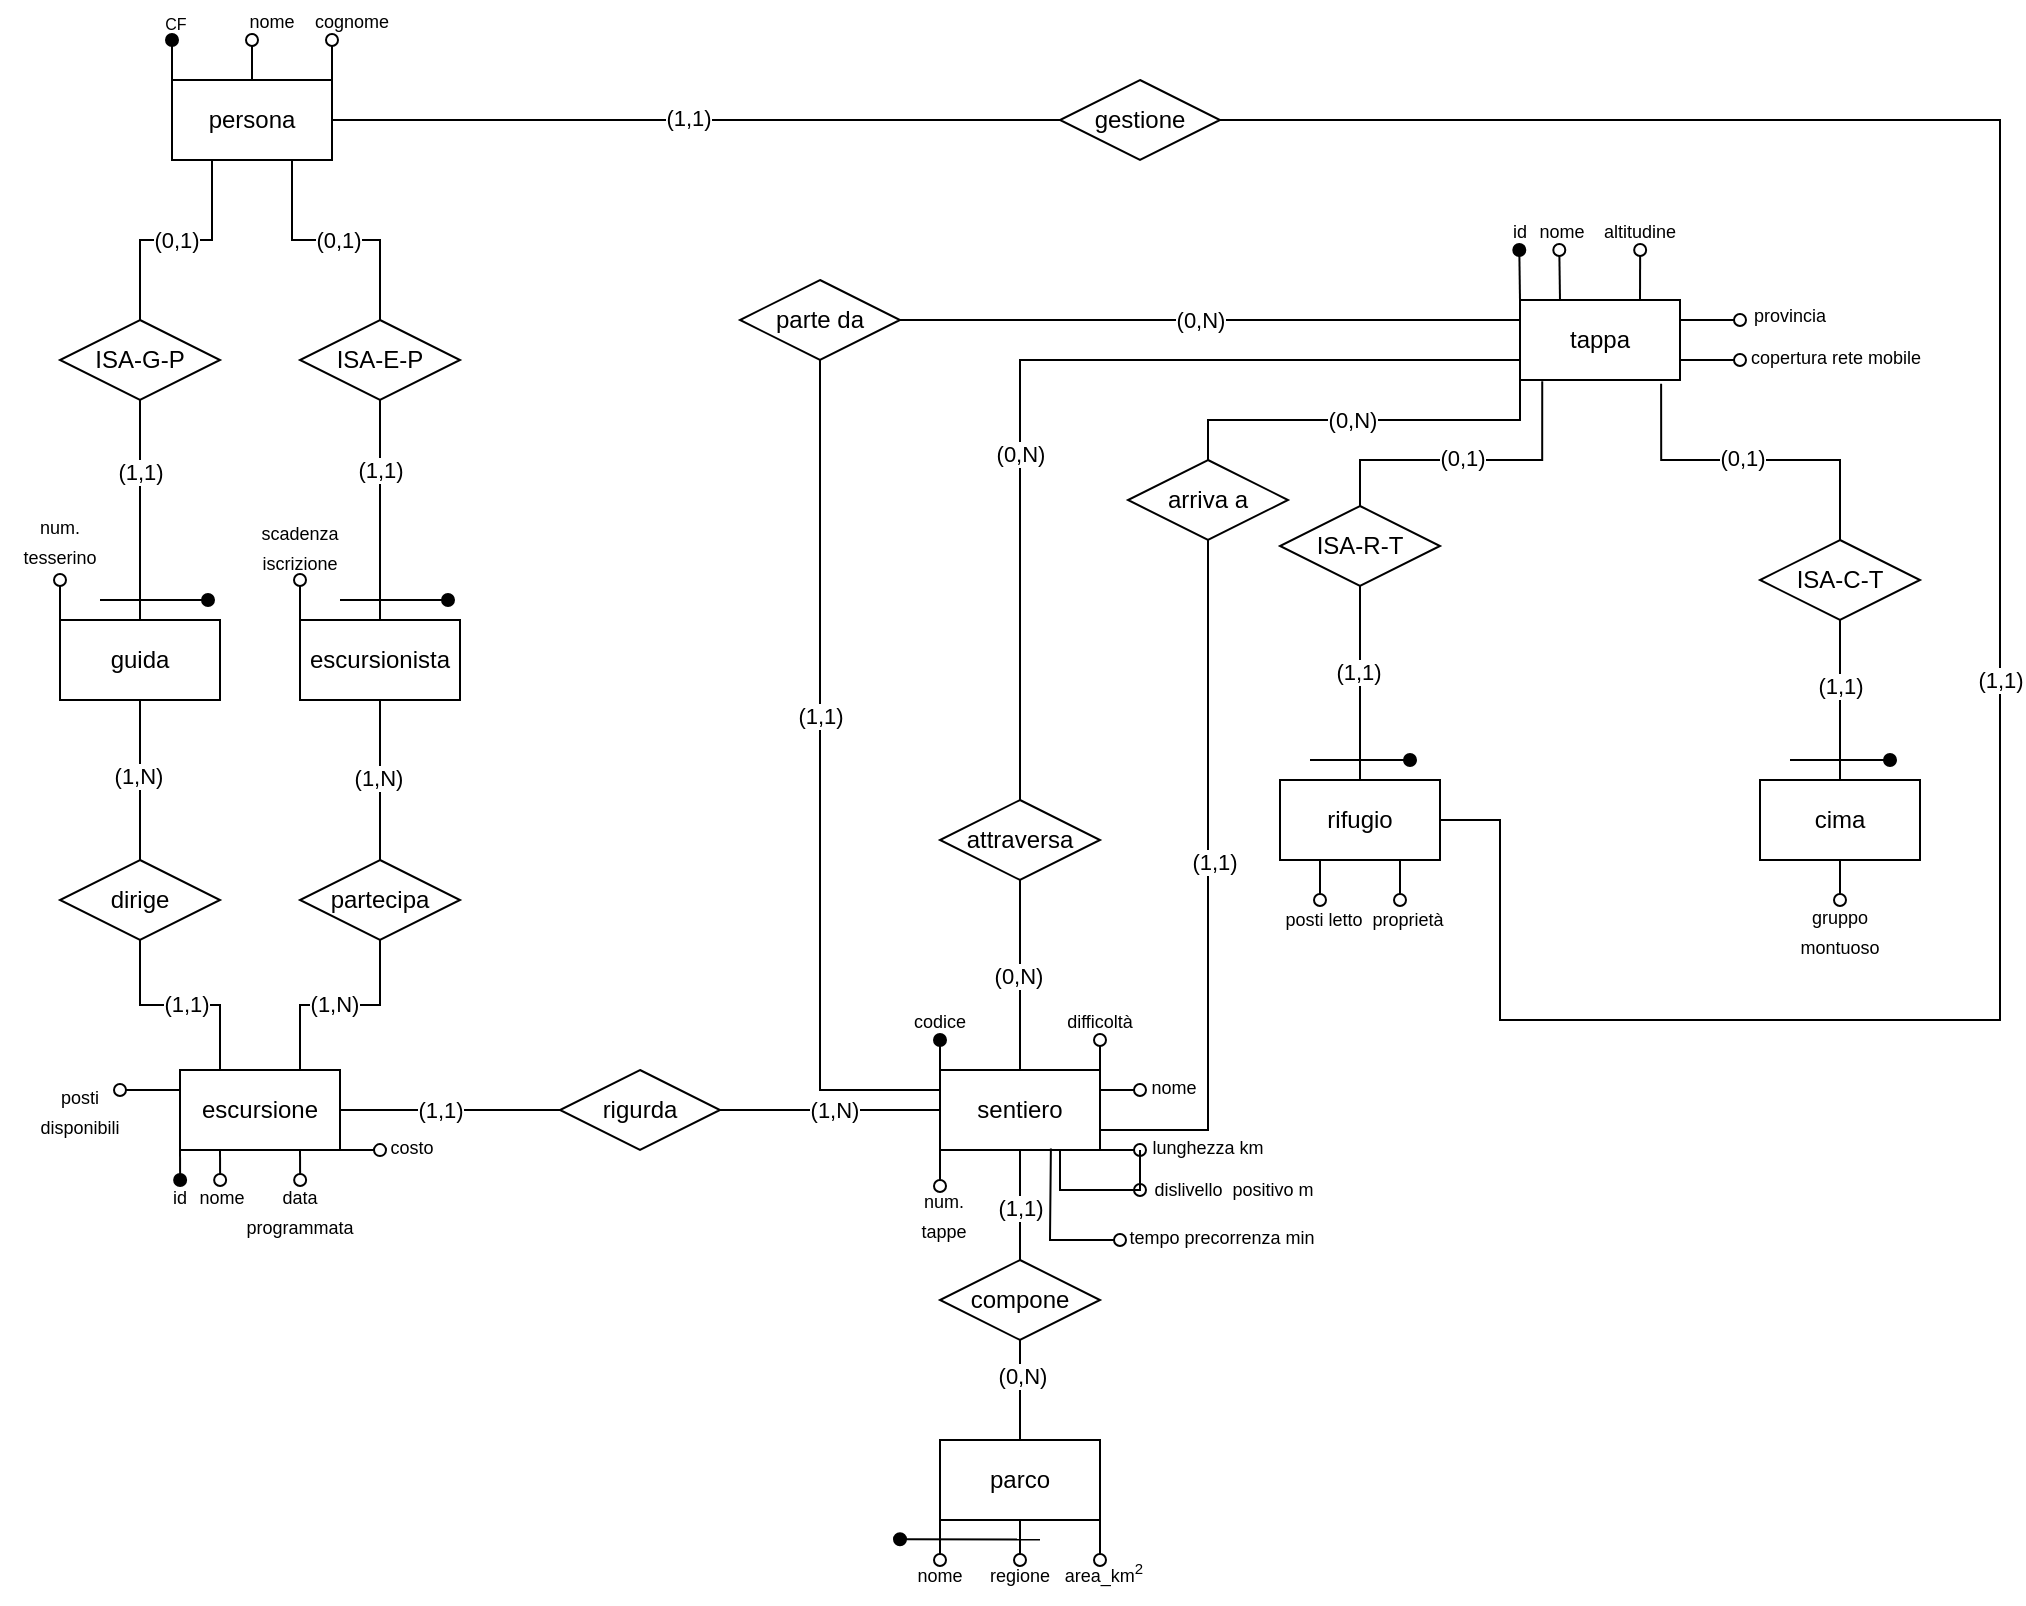
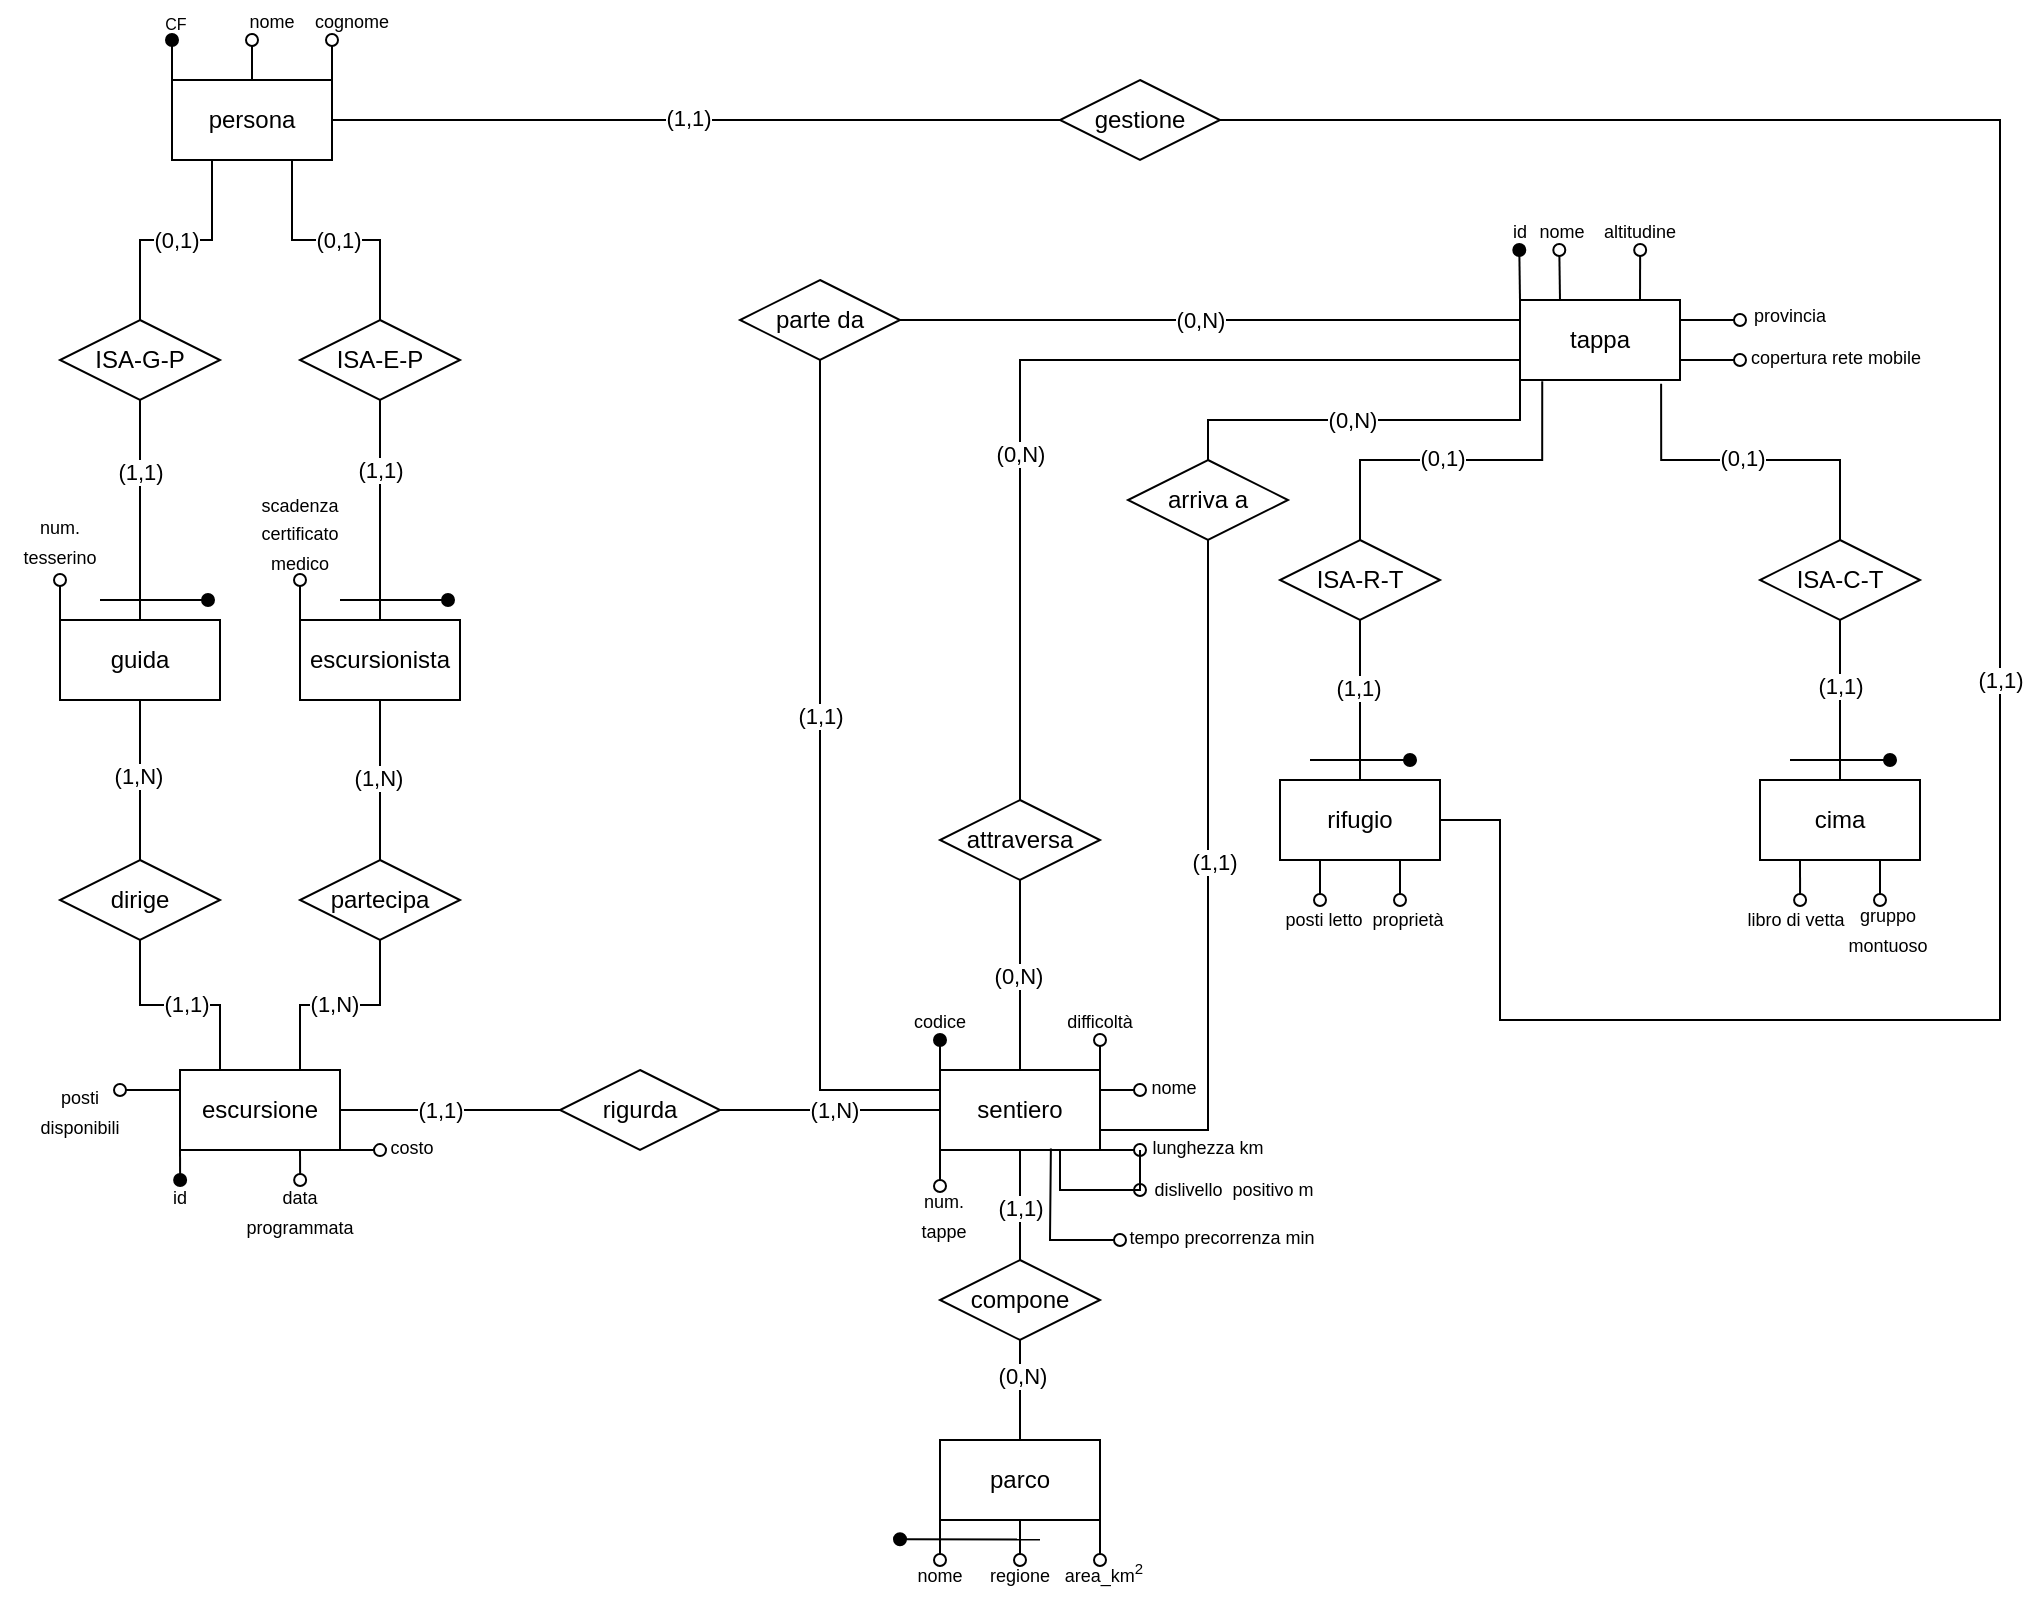
<mxfile host="app.diagrams.net">
  <diagram name="Pagina-1" id="CSESWwrJUxSe0sGHMO1a">
-     <mxGraphModel dx="2338" dy="1244" grid="1" gridSize="10" guides="1" tooltips="1" connect="1" arrows="1" fold="1" page="1" pageScale="1" pageWidth="827" pageHeight="1169" math="0" shadow="0">
+     <mxGraphModel dx="435" dy="592" grid="1" gridSize="10" guides="1" tooltips="1" connect="1" arrows="1" fold="1" page="1" pageScale="1" pageWidth="827" pageHeight="1169" math="0" shadow="0">
      <root>
        <mxCell id="0" />
        <mxCell id="1" parent="0" />
        <mxCell id="YPSTUEnGd_TaNEYFvyAr-14" edge="1" parent="1" source="b_x4sNb3qKZ5kGKKdVE0-4" style="edgeStyle=orthogonalEdgeStyle;rounded=0;orthogonalLoop=1;jettySize=auto;html=1;exitX=0;exitY=0;exitDx=0;exitDy=0;endArrow=oval;endFill=1;">
          <mxGeometry relative="1" as="geometry">
            <mxPoint x="126" y="70" as="targetPoint" />
          </mxGeometry>
        </mxCell>
        <mxCell id="YPSTUEnGd_TaNEYFvyAr-17" edge="1" parent="1" source="b_x4sNb3qKZ5kGKKdVE0-4" style="edgeStyle=orthogonalEdgeStyle;rounded=0;orthogonalLoop=1;jettySize=auto;html=1;exitX=1;exitY=0;exitDx=0;exitDy=0;endArrow=oval;endFill=0;">
          <mxGeometry relative="1" as="geometry">
            <mxPoint x="206" y="70" as="targetPoint" />
          </mxGeometry>
        </mxCell>
        <mxCell id="YPSTUEnGd_TaNEYFvyAr-18" edge="1" parent="1" source="b_x4sNb3qKZ5kGKKdVE0-4" style="edgeStyle=orthogonalEdgeStyle;rounded=0;orthogonalLoop=1;jettySize=auto;html=1;exitX=0.5;exitY=0;exitDx=0;exitDy=0;endArrow=oval;endFill=0;">
          <mxGeometry relative="1" as="geometry">
            <mxPoint x="166" y="70" as="targetPoint" />
          </mxGeometry>
        </mxCell>
        <mxCell id="b_x4sNb3qKZ5kGKKdVE0-4" parent="1" style="rounded=0;whiteSpace=wrap;html=1;" value="persona" vertex="1">
          <mxGeometry height="40" width="80" x="126" y="90" as="geometry" />
        </mxCell>
        <mxCell id="b_x4sNb3qKZ5kGKKdVE0-25" edge="1" parent="1" source="b_x4sNb3qKZ5kGKKdVE0-9" style="edgeStyle=orthogonalEdgeStyle;rounded=0;orthogonalLoop=1;jettySize=auto;html=1;exitX=0.5;exitY=1;exitDx=0;exitDy=0;entryX=0.5;entryY=0;entryDx=0;entryDy=0;endArrow=none;endFill=0;" target="b_x4sNb3qKZ5kGKKdVE0-22">
          <mxGeometry relative="1" as="geometry" />
        </mxCell>
        <mxCell id="b_x4sNb3qKZ5kGKKdVE0-33" connectable="0" parent="b_x4sNb3qKZ5kGKKdVE0-25" style="edgeLabel;html=1;align=center;verticalAlign=middle;resizable=0;points=[];" value="(1,N)" vertex="1">
          <mxGeometry relative="1" x="-0.055" y="-1" as="geometry">
            <mxPoint as="offset" />
          </mxGeometry>
        </mxCell>
        <mxCell id="YPSTUEnGd_TaNEYFvyAr-23" edge="1" parent="1" source="b_x4sNb3qKZ5kGKKdVE0-9" style="edgeStyle=orthogonalEdgeStyle;rounded=0;orthogonalLoop=1;jettySize=auto;html=1;exitX=0;exitY=0;exitDx=0;exitDy=0;endArrow=oval;endFill=0;">
          <mxGeometry relative="1" as="geometry">
            <mxPoint x="70" y="340" as="targetPoint" />
          </mxGeometry>
        </mxCell>
        <mxCell id="b_x4sNb3qKZ5kGKKdVE0-9" parent="1" style="rounded=0;whiteSpace=wrap;html=1;" value="guida" vertex="1">
          <mxGeometry height="40" width="80" x="70" y="360" as="geometry" />
        </mxCell>
        <mxCell id="b_x4sNb3qKZ5kGKKdVE0-24" edge="1" parent="1" source="b_x4sNb3qKZ5kGKKdVE0-10" style="edgeStyle=orthogonalEdgeStyle;rounded=0;orthogonalLoop=1;jettySize=auto;html=1;exitX=0.5;exitY=1;exitDx=0;exitDy=0;entryX=0.5;entryY=0;entryDx=0;entryDy=0;endArrow=none;endFill=0;" target="b_x4sNb3qKZ5kGKKdVE0-23">
          <mxGeometry relative="1" as="geometry" />
        </mxCell>
        <mxCell id="b_x4sNb3qKZ5kGKKdVE0-34" connectable="0" parent="b_x4sNb3qKZ5kGKKdVE0-24" style="edgeLabel;html=1;align=center;verticalAlign=middle;resizable=0;points=[];" value="(1,N)" vertex="1">
          <mxGeometry relative="1" x="0.02" y="-1" as="geometry">
            <mxPoint y="-2" as="offset" />
          </mxGeometry>
        </mxCell>
        <mxCell id="TmGIuRS5Ewl7evkuvUc3-1" edge="1" parent="1" source="b_x4sNb3qKZ5kGKKdVE0-10" style="edgeStyle=orthogonalEdgeStyle;rounded=0;orthogonalLoop=1;jettySize=auto;html=1;exitX=0;exitY=0;exitDx=0;exitDy=0;endArrow=oval;endFill=0;">
          <mxGeometry relative="1" as="geometry">
            <mxPoint x="190" y="340" as="targetPoint" />
          </mxGeometry>
        </mxCell>
        <mxCell id="b_x4sNb3qKZ5kGKKdVE0-10" parent="1" style="rounded=0;whiteSpace=wrap;html=1;" value="escursionista" vertex="1">
          <mxGeometry height="40" width="80" x="190" y="360" as="geometry" />
        </mxCell>
        <mxCell id="b_x4sNb3qKZ5kGKKdVE0-11" edge="1" parent="1" source="b_x4sNb3qKZ5kGKKdVE0-10" style="endArrow=none;html=1;rounded=0;exitX=0.5;exitY=0;exitDx=0;exitDy=0;entryX=0.5;entryY=1;entryDx=0;entryDy=0;" target="y3t_Pn4YeOU9g6BC5Q36-2" value="">
          <mxGeometry height="50" relative="1" width="50" as="geometry">
            <mxPoint x="440" y="590" as="sourcePoint" />
            <mxPoint x="230" y="290" as="targetPoint" />
          </mxGeometry>
        </mxCell>
        <mxCell id="y3t_Pn4YeOU9g6BC5Q36-7" connectable="0" parent="b_x4sNb3qKZ5kGKKdVE0-11" style="edgeLabel;html=1;align=center;verticalAlign=middle;resizable=0;points=[];" value="(1,1)" vertex="1">
          <mxGeometry relative="1" x="0.3107" as="geometry">
            <mxPoint y="-3" as="offset" />
          </mxGeometry>
        </mxCell>
        <mxCell id="b_x4sNb3qKZ5kGKKdVE0-12" edge="1" parent="1" source="b_x4sNb3qKZ5kGKKdVE0-9" style="endArrow=none;html=1;rounded=0;exitX=0.5;exitY=0;exitDx=0;exitDy=0;entryX=0.5;entryY=1;entryDx=0;entryDy=0;" target="y3t_Pn4YeOU9g6BC5Q36-1" value="">
          <mxGeometry height="50" relative="1" width="50" as="geometry">
            <mxPoint x="440" y="590" as="sourcePoint" />
            <mxPoint x="110" y="270" as="targetPoint" />
          </mxGeometry>
        </mxCell>
        <mxCell id="y3t_Pn4YeOU9g6BC5Q36-8" connectable="0" parent="b_x4sNb3qKZ5kGKKdVE0-12" style="edgeLabel;html=1;align=center;verticalAlign=middle;resizable=0;points=[];" value="(1,1)" vertex="1">
          <mxGeometry relative="1" x="0.3581" as="geometry">
            <mxPoint as="offset" />
          </mxGeometry>
        </mxCell>
        <mxCell id="b_x4sNb3qKZ5kGKKdVE0-30" edge="1" parent="1" source="b_x4sNb3qKZ5kGKKdVE0-22" style="edgeStyle=orthogonalEdgeStyle;rounded=0;orthogonalLoop=1;jettySize=auto;html=1;exitX=0.5;exitY=1;exitDx=0;exitDy=0;entryX=0.25;entryY=0;entryDx=0;entryDy=0;endArrow=none;endFill=0;" target="b_x4sNb3qKZ5kGKKdVE0-27">
          <mxGeometry relative="1" as="geometry" />
        </mxCell>
        <mxCell id="b_x4sNb3qKZ5kGKKdVE0-32" connectable="0" parent="b_x4sNb3qKZ5kGKKdVE0-30" style="edgeLabel;html=1;align=center;verticalAlign=middle;resizable=0;points=[];" value="(1,1)" vertex="1">
          <mxGeometry relative="1" x="0.0467" y="1" as="geometry">
            <mxPoint as="offset" />
          </mxGeometry>
        </mxCell>
        <mxCell id="b_x4sNb3qKZ5kGKKdVE0-22" parent="1" style="rhombus;whiteSpace=wrap;html=1;" value="dirige" vertex="1">
          <mxGeometry height="40" width="80" x="70" y="480" as="geometry" />
        </mxCell>
        <mxCell id="b_x4sNb3qKZ5kGKKdVE0-29" edge="1" parent="1" source="b_x4sNb3qKZ5kGKKdVE0-23" style="edgeStyle=orthogonalEdgeStyle;rounded=0;orthogonalLoop=1;jettySize=auto;html=1;exitX=0.5;exitY=1;exitDx=0;exitDy=0;entryX=0.75;entryY=0;entryDx=0;entryDy=0;endArrow=none;endFill=0;" target="b_x4sNb3qKZ5kGKKdVE0-27">
          <mxGeometry relative="1" as="geometry">
            <mxPoint x="340" y="560" as="targetPoint" />
          </mxGeometry>
        </mxCell>
        <mxCell id="b_x4sNb3qKZ5kGKKdVE0-31" connectable="0" parent="b_x4sNb3qKZ5kGKKdVE0-29" style="edgeLabel;html=1;align=center;verticalAlign=middle;resizable=0;points=[];" value="(1,N)" vertex="1">
          <mxGeometry relative="1" x="-0.0467" y="-1" as="geometry">
            <mxPoint x="-6" as="offset" />
          </mxGeometry>
        </mxCell>
        <mxCell id="b_x4sNb3qKZ5kGKKdVE0-23" parent="1" style="rhombus;whiteSpace=wrap;html=1;" value="partecipa" vertex="1">
          <mxGeometry height="40" width="80" x="190" y="480" as="geometry" />
        </mxCell>
        <mxCell id="b_x4sNb3qKZ5kGKKdVE0-37" edge="1" parent="1" source="b_x4sNb3qKZ5kGKKdVE0-27" style="edgeStyle=orthogonalEdgeStyle;rounded=0;orthogonalLoop=1;jettySize=auto;html=1;exitX=1;exitY=0.5;exitDx=0;exitDy=0;entryX=0;entryY=0.5;entryDx=0;entryDy=0;endArrow=none;endFill=0;" target="b_x4sNb3qKZ5kGKKdVE0-36">
          <mxGeometry relative="1" as="geometry" />
        </mxCell>
        <mxCell id="b_x4sNb3qKZ5kGKKdVE0-38" connectable="0" parent="b_x4sNb3qKZ5kGKKdVE0-37" style="edgeLabel;html=1;align=center;verticalAlign=middle;resizable=0;points=[];" value="(1,1)" vertex="1">
          <mxGeometry relative="1" x="-0.0986" as="geometry">
            <mxPoint as="offset" />
          </mxGeometry>
        </mxCell>
        <mxCell id="YPSTUEnGd_TaNEYFvyAr-58" edge="1" parent="1" source="b_x4sNb3qKZ5kGKKdVE0-27" style="edgeStyle=orthogonalEdgeStyle;rounded=0;orthogonalLoop=1;jettySize=auto;html=1;exitX=0;exitY=1;exitDx=0;exitDy=0;endArrow=oval;endFill=1;">
          <mxGeometry relative="1" as="geometry">
            <mxPoint x="130.07228915662648" y="640" as="targetPoint" />
          </mxGeometry>
        </mxCell>
-         <mxCell id="YPSTUEnGd_TaNEYFvyAr-60" edge="1" parent="1" source="b_x4sNb3qKZ5kGKKdVE0-27" style="edgeStyle=orthogonalEdgeStyle;rounded=0;orthogonalLoop=1;jettySize=auto;html=1;exitX=0.25;exitY=1;exitDx=0;exitDy=0;endArrow=oval;endFill=0;">
-           <mxGeometry relative="1" as="geometry">
-             <mxPoint x="150.07228915662648" y="640" as="targetPoint" />
-           </mxGeometry>
-         </mxCell>
        <mxCell id="YPSTUEnGd_TaNEYFvyAr-62" edge="1" parent="1" source="b_x4sNb3qKZ5kGKKdVE0-27" style="edgeStyle=orthogonalEdgeStyle;rounded=0;orthogonalLoop=1;jettySize=auto;html=1;exitX=0.75;exitY=1;exitDx=0;exitDy=0;endArrow=oval;endFill=0;">
          <mxGeometry relative="1" as="geometry">
            <mxPoint x="190.07228915662648" y="640" as="targetPoint" />
          </mxGeometry>
        </mxCell>
        <mxCell id="YPSTUEnGd_TaNEYFvyAr-64" edge="1" parent="1" source="b_x4sNb3qKZ5kGKKdVE0-27" style="edgeStyle=orthogonalEdgeStyle;rounded=0;orthogonalLoop=1;jettySize=auto;html=1;exitX=1;exitY=1;exitDx=0;exitDy=0;endArrow=oval;endFill=0;">
          <mxGeometry relative="1" as="geometry">
            <mxPoint x="230" y="625.0481927710842" as="targetPoint" />
          </mxGeometry>
        </mxCell>
        <mxCell id="W-jylE7jIWLAd8RtEP09-9" edge="1" parent="1" source="b_x4sNb3qKZ5kGKKdVE0-27" style="edgeStyle=orthogonalEdgeStyle;rounded=0;orthogonalLoop=1;jettySize=auto;html=1;exitX=0;exitY=0.25;exitDx=0;exitDy=0;endArrow=oval;endFill=0;">
          <mxGeometry relative="1" as="geometry">
            <mxPoint x="100" y="594.7241379310344" as="targetPoint" />
          </mxGeometry>
        </mxCell>
        <mxCell id="b_x4sNb3qKZ5kGKKdVE0-27" parent="1" style="rounded=0;whiteSpace=wrap;html=1;" value="escursione" vertex="1">
          <mxGeometry height="40" width="80" x="130" y="585" as="geometry" />
        </mxCell>
        <mxCell id="b_x4sNb3qKZ5kGKKdVE0-45" edge="1" parent="1" source="b_x4sNb3qKZ5kGKKdVE0-35" style="edgeStyle=orthogonalEdgeStyle;rounded=0;orthogonalLoop=1;jettySize=auto;html=1;endArrow=none;endFill=0;" target="b_x4sNb3qKZ5kGKKdVE0-43" value="">
          <mxGeometry relative="1" as="geometry" />
        </mxCell>
        <mxCell id="b_x4sNb3qKZ5kGKKdVE0-47" connectable="0" parent="b_x4sNb3qKZ5kGKKdVE0-45" style="edgeLabel;html=1;align=center;verticalAlign=middle;resizable=0;points=[];" value="(0,N)" vertex="1">
          <mxGeometry relative="1" x="0.005" y="1" as="geometry">
            <mxPoint as="offset" />
          </mxGeometry>
        </mxCell>
        <mxCell id="YPSTUEnGd_TaNEYFvyAr-37" edge="1" parent="1" source="b_x4sNb3qKZ5kGKKdVE0-35" style="edgeStyle=orthogonalEdgeStyle;rounded=0;orthogonalLoop=1;jettySize=auto;html=1;exitX=0;exitY=0;exitDx=0;exitDy=0;endArrow=oval;endFill=1;">
          <mxGeometry relative="1" as="geometry">
            <mxPoint x="510" y="570" as="targetPoint" />
          </mxGeometry>
        </mxCell>
        <mxCell id="YPSTUEnGd_TaNEYFvyAr-39" edge="1" parent="1" source="b_x4sNb3qKZ5kGKKdVE0-35" style="edgeStyle=orthogonalEdgeStyle;rounded=0;orthogonalLoop=1;jettySize=auto;html=1;exitX=1;exitY=0;exitDx=0;exitDy=0;endArrow=oval;endFill=0;">
          <mxGeometry relative="1" as="geometry">
            <mxPoint x="590" y="570" as="targetPoint" />
          </mxGeometry>
        </mxCell>
        <mxCell id="YPSTUEnGd_TaNEYFvyAr-41" edge="1" parent="1" source="b_x4sNb3qKZ5kGKKdVE0-35" style="edgeStyle=orthogonalEdgeStyle;rounded=0;orthogonalLoop=1;jettySize=auto;html=1;exitX=1;exitY=0.25;exitDx=0;exitDy=0;endArrow=oval;endFill=0;">
          <mxGeometry relative="1" as="geometry">
            <mxPoint x="610" y="595" as="targetPoint" />
          </mxGeometry>
        </mxCell>
        <mxCell id="YPSTUEnGd_TaNEYFvyAr-43" edge="1" parent="1" source="b_x4sNb3qKZ5kGKKdVE0-35" style="edgeStyle=orthogonalEdgeStyle;rounded=0;orthogonalLoop=1;jettySize=auto;html=1;exitX=1;exitY=1;exitDx=0;exitDy=0;endArrow=oval;endFill=0;">
          <mxGeometry relative="1" as="geometry">
            <mxPoint x="610" y="625" as="targetPoint" />
          </mxGeometry>
        </mxCell>
        <mxCell id="YPSTUEnGd_TaNEYFvyAr-46" edge="1" parent="1" source="b_x4sNb3qKZ5kGKKdVE0-35" style="edgeStyle=orthogonalEdgeStyle;rounded=0;orthogonalLoop=1;jettySize=auto;html=1;exitX=0.75;exitY=1;exitDx=0;exitDy=0;endArrow=oval;endFill=0;">
          <mxGeometry relative="1" as="geometry">
            <mxPoint x="610" y="645" as="targetPoint" />
          </mxGeometry>
        </mxCell>
        <mxCell id="YPSTUEnGd_TaNEYFvyAr-71" edge="1" parent="1" style="edgeStyle=orthogonalEdgeStyle;rounded=0;orthogonalLoop=1;jettySize=auto;html=1;exitX=0;exitY=1;exitDx=0;exitDy=0;endArrow=oval;endFill=0;">
          <mxGeometry relative="1" as="geometry">
            <mxPoint x="510" y="618" as="sourcePoint" />
            <mxPoint x="510" y="643" as="targetPoint" />
          </mxGeometry>
        </mxCell>
        <mxCell id="YPSTUEnGd_TaNEYFvyAr-73" edge="1" parent="1" source="b_x4sNb3qKZ5kGKKdVE0-35" style="edgeStyle=orthogonalEdgeStyle;rounded=0;orthogonalLoop=1;jettySize=auto;html=1;exitX=0;exitY=0.25;exitDx=0;exitDy=0;endArrow=none;endFill=0;entryX=0.5;entryY=1;entryDx=0;entryDy=0;" target="YPSTUEnGd_TaNEYFvyAr-74">
          <mxGeometry relative="1" as="geometry">
            <mxPoint x="440" y="330" as="targetPoint" />
          </mxGeometry>
        </mxCell>
        <mxCell id="YPSTUEnGd_TaNEYFvyAr-76" connectable="0" parent="YPSTUEnGd_TaNEYFvyAr-73" style="edgeLabel;html=1;align=center;verticalAlign=middle;resizable=0;points=[];" value="(1,1)" vertex="1">
          <mxGeometry relative="1" x="0.1627" as="geometry">
            <mxPoint as="offset" />
          </mxGeometry>
        </mxCell>
        <mxCell id="YPSTUEnGd_TaNEYFvyAr-78" edge="1" parent="1" source="b_x4sNb3qKZ5kGKKdVE0-35" style="edgeStyle=orthogonalEdgeStyle;rounded=0;orthogonalLoop=1;jettySize=auto;html=1;exitX=1;exitY=0.75;exitDx=0;exitDy=0;entryX=0.5;entryY=1;entryDx=0;entryDy=0;endArrow=none;endFill=0;" target="YPSTUEnGd_TaNEYFvyAr-79">
          <mxGeometry relative="1" as="geometry">
            <mxPoint x="1100" y="615" as="targetPoint" />
          </mxGeometry>
        </mxCell>
        <mxCell id="YPSTUEnGd_TaNEYFvyAr-80" connectable="0" parent="YPSTUEnGd_TaNEYFvyAr-78" style="edgeLabel;html=1;align=center;verticalAlign=middle;resizable=0;points=[];" value="(1,1)" vertex="1">
          <mxGeometry relative="1" x="0.0624" y="-3" as="geometry">
            <mxPoint y="-3" as="offset" />
          </mxGeometry>
        </mxCell>
        <mxCell id="b_x4sNb3qKZ5kGKKdVE0-35" parent="1" style="rounded=0;whiteSpace=wrap;html=1;" value="sentiero" vertex="1">
          <mxGeometry height="40" width="80" x="510" y="585" as="geometry" />
        </mxCell>
        <mxCell id="b_x4sNb3qKZ5kGKKdVE0-39" edge="1" parent="1" source="b_x4sNb3qKZ5kGKKdVE0-36" style="edgeStyle=orthogonalEdgeStyle;rounded=0;orthogonalLoop=1;jettySize=auto;html=1;exitX=1;exitY=0.5;exitDx=0;exitDy=0;entryX=0;entryY=0.5;entryDx=0;entryDy=0;endArrow=none;endFill=0;" target="b_x4sNb3qKZ5kGKKdVE0-35">
          <mxGeometry relative="1" as="geometry" />
        </mxCell>
        <mxCell id="b_x4sNb3qKZ5kGKKdVE0-42" connectable="0" parent="b_x4sNb3qKZ5kGKKdVE0-39" style="edgeLabel;html=1;align=center;verticalAlign=middle;resizable=0;points=[];" value="(1,N)" vertex="1">
          <mxGeometry relative="1" x="0.0405" as="geometry">
            <mxPoint as="offset" />
          </mxGeometry>
        </mxCell>
        <mxCell id="b_x4sNb3qKZ5kGKKdVE0-36" parent="1" style="rhombus;whiteSpace=wrap;html=1;" value="rigurda" vertex="1">
          <mxGeometry height="40" width="80" x="320" y="585" as="geometry" />
        </mxCell>
        <mxCell id="b_x4sNb3qKZ5kGKKdVE0-46" edge="1" parent="1" source="b_x4sNb3qKZ5kGKKdVE0-43" style="edgeStyle=orthogonalEdgeStyle;rounded=0;orthogonalLoop=1;jettySize=auto;html=1;exitX=0.5;exitY=0;exitDx=0;exitDy=0;entryX=0;entryY=0.75;entryDx=0;entryDy=0;endArrow=none;endFill=0;" target="b_x4sNb3qKZ5kGKKdVE0-44">
          <mxGeometry relative="1" as="geometry" />
        </mxCell>
        <mxCell id="b_x4sNb3qKZ5kGKKdVE0-48" connectable="0" parent="b_x4sNb3qKZ5kGKKdVE0-46" style="edgeLabel;html=1;align=center;verticalAlign=middle;resizable=0;points=[];" value="(0,N)" vertex="1">
          <mxGeometry relative="1" x="-0.2644" as="geometry">
            <mxPoint as="offset" />
          </mxGeometry>
        </mxCell>
        <mxCell id="b_x4sNb3qKZ5kGKKdVE0-43" parent="1" style="rhombus;whiteSpace=wrap;html=1;" value="attraversa" vertex="1">
          <mxGeometry height="40" width="80" x="510" y="450" as="geometry" />
        </mxCell>
        <mxCell id="YPSTUEnGd_TaNEYFvyAr-48" edge="1" parent="1" source="b_x4sNb3qKZ5kGKKdVE0-44" style="edgeStyle=orthogonalEdgeStyle;rounded=0;orthogonalLoop=1;jettySize=auto;html=1;exitX=0;exitY=0;exitDx=0;exitDy=0;endArrow=oval;endFill=1;">
          <mxGeometry relative="1" as="geometry">
            <mxPoint x="799.6521739130435" y="175" as="targetPoint" />
          </mxGeometry>
        </mxCell>
        <mxCell id="YPSTUEnGd_TaNEYFvyAr-49" edge="1" parent="1" source="b_x4sNb3qKZ5kGKKdVE0-44" style="edgeStyle=orthogonalEdgeStyle;rounded=0;orthogonalLoop=1;jettySize=auto;html=1;exitX=0.25;exitY=0;exitDx=0;exitDy=0;endArrow=oval;endFill=0;">
          <mxGeometry relative="1" as="geometry">
            <mxPoint x="819.6521739130435" y="175" as="targetPoint" />
          </mxGeometry>
        </mxCell>
        <mxCell id="YPSTUEnGd_TaNEYFvyAr-52" edge="1" parent="1" source="b_x4sNb3qKZ5kGKKdVE0-44" style="edgeStyle=orthogonalEdgeStyle;rounded=0;orthogonalLoop=1;jettySize=auto;html=1;exitX=0.75;exitY=0;exitDx=0;exitDy=0;endArrow=oval;endFill=0;">
          <mxGeometry relative="1" as="geometry">
            <mxPoint x="860.0808080808081" y="175" as="targetPoint" />
          </mxGeometry>
        </mxCell>
        <mxCell id="YPSTUEnGd_TaNEYFvyAr-81" edge="1" parent="1" source="b_x4sNb3qKZ5kGKKdVE0-44" style="edgeStyle=orthogonalEdgeStyle;rounded=0;orthogonalLoop=1;jettySize=auto;html=1;exitX=0;exitY=1;exitDx=0;exitDy=0;endArrow=none;endFill=0;" target="YPSTUEnGd_TaNEYFvyAr-79">
          <mxGeometry relative="1" as="geometry" />
        </mxCell>
        <mxCell id="YPSTUEnGd_TaNEYFvyAr-82" connectable="0" parent="YPSTUEnGd_TaNEYFvyAr-81" style="edgeLabel;html=1;align=center;verticalAlign=middle;resizable=0;points=[];" value="(0,N)" vertex="1">
          <mxGeometry relative="1" x="0.0662" as="geometry">
            <mxPoint as="offset" />
          </mxGeometry>
        </mxCell>
        <mxCell id="W-jylE7jIWLAd8RtEP09-13" edge="1" parent="1" source="b_x4sNb3qKZ5kGKKdVE0-44" style="edgeStyle=orthogonalEdgeStyle;rounded=0;orthogonalLoop=1;jettySize=auto;html=1;exitX=1;exitY=0.25;exitDx=0;exitDy=0;endArrow=oval;endFill=0;">
          <mxGeometry relative="1" as="geometry">
            <mxPoint x="910" y="210" as="targetPoint" />
          </mxGeometry>
        </mxCell>
        <mxCell id="W-jylE7jIWLAd8RtEP09-14" edge="1" parent="1" source="b_x4sNb3qKZ5kGKKdVE0-44" style="edgeStyle=orthogonalEdgeStyle;rounded=0;orthogonalLoop=1;jettySize=auto;html=1;exitX=1;exitY=0.75;exitDx=0;exitDy=0;endArrow=oval;endFill=0;">
          <mxGeometry relative="1" as="geometry">
            <mxPoint x="910" y="230" as="targetPoint" />
          </mxGeometry>
        </mxCell>
        <mxCell id="b_x4sNb3qKZ5kGKKdVE0-44" parent="1" style="rounded=0;whiteSpace=wrap;html=1;" value="tappa" vertex="1">
          <mxGeometry height="40" width="80" x="800" y="200" as="geometry" />
        </mxCell>
        <mxCell id="b_x4sNb3qKZ5kGKKdVE0-52" edge="1" parent="1" source="b_x4sNb3qKZ5kGKKdVE0-63" style="endArrow=none;html=1;rounded=0;exitX=0.5;exitY=0;exitDx=0;exitDy=0;entryX=0.5;entryY=1;entryDx=0;entryDy=0;" target="y3t_Pn4YeOU9g6BC5Q36-13" value="">
          <mxGeometry height="50" relative="1" width="50" as="geometry">
            <mxPoint x="840" y="440" as="sourcePoint" />
            <mxPoint x="840" y="400" as="targetPoint" />
          </mxGeometry>
        </mxCell>
        <mxCell id="y3t_Pn4YeOU9g6BC5Q36-27" connectable="0" parent="b_x4sNb3qKZ5kGKKdVE0-52" style="edgeLabel;html=1;align=center;verticalAlign=middle;resizable=0;points=[];" value="(1,1)" vertex="1">
          <mxGeometry relative="1" x="0.0191" as="geometry">
            <mxPoint x="-1" y="-5" as="offset" />
          </mxGeometry>
        </mxCell>
        <mxCell id="b_x4sNb3qKZ5kGKKdVE0-54" edge="1" parent="1" source="b_x4sNb3qKZ5kGKKdVE0-62" style="endArrow=none;html=1;rounded=0;exitX=0.5;exitY=0;exitDx=0;exitDy=0;entryX=0.5;entryY=1;entryDx=0;entryDy=0;" target="y3t_Pn4YeOU9g6BC5Q36-14" value="">
          <mxGeometry height="50" relative="1" width="50" as="geometry">
            <mxPoint x="900" y="440" as="sourcePoint" />
            <mxPoint x="960" y="400" as="targetPoint" />
          </mxGeometry>
        </mxCell>
        <mxCell id="y3t_Pn4YeOU9g6BC5Q36-28" connectable="0" parent="b_x4sNb3qKZ5kGKKdVE0-54" style="edgeLabel;html=1;align=center;verticalAlign=middle;resizable=0;points=[];" value="(1,1)" vertex="1">
          <mxGeometry relative="1" x="0.1085" as="geometry">
            <mxPoint y="-3" as="offset" />
          </mxGeometry>
        </mxCell>
-         <mxCell id="YPSTUEnGd_TaNEYFvyAr-35" edge="1" parent="1" source="b_x4sNb3qKZ5kGKKdVE0-62" style="edgeStyle=orthogonalEdgeStyle;rounded=0;orthogonalLoop=1;jettySize=auto;html=1;exitX=0.5;exitY=1;exitDx=0;exitDy=0;endArrow=oval;endFill=0;">
-           <mxGeometry relative="1" as="geometry">
-             <mxPoint x="960" y="500" as="targetPoint" />
+         <mxCell id="YPSTUEnGd_TaNEYFvyAr-35" edge="1" parent="1" source="b_x4sNb3qKZ5kGKKdVE0-62" style="edgeStyle=orthogonalEdgeStyle;rounded=0;orthogonalLoop=1;jettySize=auto;html=1;endArrow=oval;endFill=0;exitX=0.75;exitY=1;exitDx=0;exitDy=0;">
+           <mxGeometry relative="1" as="geometry">
+             <Array as="points">
+               <mxPoint x="980" y="500" />
+             </Array>
+             <mxPoint x="984.52" y="481.96000000000004" as="sourcePoint" />
+             <mxPoint x="980" y="500" as="targetPoint" />
+           </mxGeometry>
+         </mxCell>
+         <mxCell id="EHyRH5R8uSn08PQfZAEy-3" edge="1" parent="1" source="b_x4sNb3qKZ5kGKKdVE0-62" style="edgeStyle=orthogonalEdgeStyle;rounded=0;orthogonalLoop=1;jettySize=auto;html=1;exitX=0.25;exitY=1;exitDx=0;exitDy=0;endArrow=oval;endFill=0;">
+           <mxGeometry relative="1" as="geometry">
+             <mxPoint x="940.0412371134021" y="500" as="targetPoint" />
          </mxGeometry>
        </mxCell>
        <mxCell id="b_x4sNb3qKZ5kGKKdVE0-62" parent="1" style="rounded=0;whiteSpace=wrap;html=1;" value="cima" vertex="1">
          <mxGeometry height="40" width="80" x="920" y="440" as="geometry" />
        </mxCell>
        <mxCell id="YPSTUEnGd_TaNEYFvyAr-56" edge="1" parent="1" source="b_x4sNb3qKZ5kGKKdVE0-63" style="edgeStyle=orthogonalEdgeStyle;rounded=0;orthogonalLoop=1;jettySize=auto;html=1;endArrow=oval;endFill=0;exitX=0.25;exitY=1;exitDx=0;exitDy=0;">
          <mxGeometry relative="1" as="geometry">
            <Array as="points">
              <mxPoint x="700" y="500" />
            </Array>
            <mxPoint x="714" y="489" as="sourcePoint" />
            <mxPoint x="700" y="500" as="targetPoint" />
          </mxGeometry>
        </mxCell>
        <mxCell id="W-jylE7jIWLAd8RtEP09-2" edge="1" parent="1" source="b_x4sNb3qKZ5kGKKdVE0-63" style="edgeStyle=orthogonalEdgeStyle;rounded=0;orthogonalLoop=1;jettySize=auto;html=1;exitX=1;exitY=0.5;exitDx=0;exitDy=0;entryX=1;entryY=0.5;entryDx=0;entryDy=0;endArrow=none;endFill=0;" target="W-jylE7jIWLAd8RtEP09-3">
          <mxGeometry relative="1" as="geometry">
            <Array as="points">
              <mxPoint x="790" y="460" />
              <mxPoint x="790" y="560" />
              <mxPoint x="1040" y="560" />
              <mxPoint x="1040" y="110" />
            </Array>
            <mxPoint x="910" y="110" as="targetPoint" />
          </mxGeometry>
        </mxCell>
        <mxCell id="W-jylE7jIWLAd8RtEP09-7" connectable="0" parent="W-jylE7jIWLAd8RtEP09-2" style="edgeLabel;html=1;align=center;verticalAlign=middle;resizable=0;points=[];" value="(1,1)" vertex="1">
          <mxGeometry relative="1" x="-0.0974" as="geometry">
            <mxPoint as="offset" />
          </mxGeometry>
        </mxCell>
        <mxCell id="W-jylE7jIWLAd8RtEP09-17" edge="1" parent="1" source="b_x4sNb3qKZ5kGKKdVE0-63" style="edgeStyle=orthogonalEdgeStyle;rounded=0;orthogonalLoop=1;jettySize=auto;html=1;exitX=0.75;exitY=1;exitDx=0;exitDy=0;endArrow=oval;endFill=0;">
          <mxGeometry relative="1" as="geometry">
            <mxPoint x="740" y="500" as="targetPoint" />
          </mxGeometry>
        </mxCell>
        <mxCell id="b_x4sNb3qKZ5kGKKdVE0-63" parent="1" style="rounded=0;whiteSpace=wrap;html=1;" value="rifugio" vertex="1">
          <mxGeometry height="40" width="80" x="680" y="440" as="geometry" />
        </mxCell>
        <mxCell id="YPSTUEnGd_TaNEYFvyAr-29" edge="1" parent="1" source="b_x4sNb3qKZ5kGKKdVE0-64" style="edgeStyle=orthogonalEdgeStyle;rounded=0;orthogonalLoop=1;jettySize=auto;html=1;exitX=0;exitY=1;exitDx=0;exitDy=0;endArrow=oval;endFill=0;">
          <mxGeometry relative="1" as="geometry">
            <mxPoint x="510" y="830" as="targetPoint" />
          </mxGeometry>
        </mxCell>
        <mxCell id="YPSTUEnGd_TaNEYFvyAr-31" edge="1" parent="1" source="b_x4sNb3qKZ5kGKKdVE0-64" style="edgeStyle=orthogonalEdgeStyle;rounded=0;orthogonalLoop=1;jettySize=auto;html=1;exitX=0.5;exitY=1;exitDx=0;exitDy=0;endArrow=oval;endFill=0;">
          <mxGeometry relative="1" as="geometry">
            <mxPoint x="550" y="830" as="targetPoint" />
          </mxGeometry>
        </mxCell>
        <mxCell id="EHyRH5R8uSn08PQfZAEy-1" edge="1" parent="1" source="b_x4sNb3qKZ5kGKKdVE0-64" style="edgeStyle=orthogonalEdgeStyle;rounded=0;orthogonalLoop=1;jettySize=auto;html=1;exitX=1;exitY=1;exitDx=0;exitDy=0;endArrow=oval;endFill=0;">
          <mxGeometry relative="1" as="geometry">
            <mxPoint x="590" y="830" as="targetPoint" />
          </mxGeometry>
        </mxCell>
        <mxCell id="b_x4sNb3qKZ5kGKKdVE0-64" parent="1" style="rounded=0;whiteSpace=wrap;html=1;" value="parco" vertex="1">
          <mxGeometry height="40" width="80" x="510" y="770" as="geometry" />
        </mxCell>
        <mxCell id="b_x4sNb3qKZ5kGKKdVE0-67" edge="1" parent="1" source="b_x4sNb3qKZ5kGKKdVE0-66" style="edgeStyle=orthogonalEdgeStyle;rounded=0;orthogonalLoop=1;jettySize=auto;html=1;exitX=0.5;exitY=1;exitDx=0;exitDy=0;entryX=0.5;entryY=0;entryDx=0;entryDy=0;endArrow=none;endFill=0;" target="b_x4sNb3qKZ5kGKKdVE0-64">
          <mxGeometry relative="1" as="geometry" />
        </mxCell>
        <mxCell id="b_x4sNb3qKZ5kGKKdVE0-71" connectable="0" parent="b_x4sNb3qKZ5kGKKdVE0-67" style="edgeLabel;html=1;align=center;verticalAlign=middle;resizable=0;points=[];" value="(0,N)" vertex="1">
          <mxGeometry relative="1" x="-0.2999" y="1" as="geometry">
            <mxPoint as="offset" />
          </mxGeometry>
        </mxCell>
        <mxCell id="b_x4sNb3qKZ5kGKKdVE0-68" edge="1" parent="1" source="b_x4sNb3qKZ5kGKKdVE0-66" style="edgeStyle=orthogonalEdgeStyle;rounded=0;orthogonalLoop=1;jettySize=auto;html=1;exitX=0.5;exitY=0;exitDx=0;exitDy=0;entryX=0.5;entryY=1;entryDx=0;entryDy=0;endArrow=none;endFill=0;" target="b_x4sNb3qKZ5kGKKdVE0-35">
          <mxGeometry relative="1" as="geometry" />
        </mxCell>
        <mxCell id="b_x4sNb3qKZ5kGKKdVE0-69" connectable="0" parent="b_x4sNb3qKZ5kGKKdVE0-68" style="edgeLabel;html=1;align=center;verticalAlign=middle;resizable=0;points=[];" value="(1,1)" vertex="1">
          <mxGeometry relative="1" x="-0.0572" y="2" as="geometry">
            <mxPoint x="2" as="offset" />
          </mxGeometry>
        </mxCell>
        <mxCell id="b_x4sNb3qKZ5kGKKdVE0-66" parent="1" style="rhombus;whiteSpace=wrap;html=1;" value="compone" vertex="1">
          <mxGeometry height="40" width="80" x="510" y="680" as="geometry" />
        </mxCell>
        <mxCell id="YPSTUEnGd_TaNEYFvyAr-15" parent="1" style="text;html=1;whiteSpace=wrap;strokeColor=none;fillColor=none;align=center;verticalAlign=middle;rounded=0;fontSize=8;" value="CF" vertex="1">
          <mxGeometry height="20" width="40" x="108" y="51.5" as="geometry" />
        </mxCell>
        <mxCell id="YPSTUEnGd_TaNEYFvyAr-19" parent="1" style="text;html=1;whiteSpace=wrap;strokeColor=none;fillColor=none;align=center;verticalAlign=middle;rounded=0;" value="&lt;font style=&quot;font-size: 9px;&quot;&gt;nome&lt;/font&gt;" vertex="1">
          <mxGeometry height="20" width="40" x="156" y="50" as="geometry" />
        </mxCell>
        <mxCell id="YPSTUEnGd_TaNEYFvyAr-20" parent="1" style="text;html=1;whiteSpace=wrap;strokeColor=none;fillColor=none;align=center;verticalAlign=middle;rounded=0;" value="&lt;font style=&quot;font-size: 9px;&quot;&gt;cognome&lt;/font&gt;" vertex="1">
          <mxGeometry height="15" width="40" x="196" y="52.5" as="geometry" />
        </mxCell>
        <mxCell id="YPSTUEnGd_TaNEYFvyAr-24" parent="1" style="text;html=1;whiteSpace=wrap;strokeColor=none;fillColor=none;align=center;verticalAlign=middle;rounded=0;" value="&lt;font style=&quot;font-size: 9px;&quot;&gt;num. tesserino&lt;/font&gt;" vertex="1">
          <mxGeometry height="20" width="60" x="40" y="310" as="geometry" />
        </mxCell>
        <mxCell id="YPSTUEnGd_TaNEYFvyAr-30" parent="1" style="text;html=1;whiteSpace=wrap;strokeColor=none;fillColor=none;align=center;verticalAlign=middle;rounded=0;" value="&lt;font style=&quot;font-size: 9px;&quot;&gt;nome&lt;/font&gt;" vertex="1">
          <mxGeometry height="30" width="60" x="480" y="822" as="geometry" />
        </mxCell>
        <mxCell id="YPSTUEnGd_TaNEYFvyAr-32" parent="1" style="text;html=1;whiteSpace=wrap;strokeColor=none;fillColor=none;align=center;verticalAlign=middle;rounded=0;" value="&lt;font style=&quot;font-size: 9px;&quot;&gt;regione&lt;/font&gt;" vertex="1">
          <mxGeometry height="30" width="60" x="520" y="822" as="geometry" />
        </mxCell>
        <mxCell id="YPSTUEnGd_TaNEYFvyAr-34" edge="1" parent="1" style="endArrow=none;html=1;rounded=0;startArrow=oval;startFill=1;" value="">
          <mxGeometry height="50" relative="1" width="50" as="geometry">
            <mxPoint x="490" y="819.5999999999999" as="sourcePoint" />
            <mxPoint x="560" y="819.8" as="targetPoint" />
          </mxGeometry>
        </mxCell>
        <mxCell id="YPSTUEnGd_TaNEYFvyAr-36" parent="1" style="text;html=1;whiteSpace=wrap;strokeColor=none;fillColor=none;align=center;verticalAlign=middle;rounded=0;" value="&lt;font style=&quot;font-size: 9px;&quot;&gt;gruppo montuoso&lt;/font&gt;" vertex="1">
-           <mxGeometry height="30" width="60" x="930" y="500" as="geometry" />
+           <mxGeometry height="30" width="60" x="954" y="499" as="geometry" />
        </mxCell>
        <mxCell id="YPSTUEnGd_TaNEYFvyAr-38" parent="1" style="text;html=1;whiteSpace=wrap;strokeColor=none;fillColor=none;align=center;verticalAlign=middle;rounded=0;" value="&lt;font style=&quot;font-size: 9px;&quot;&gt;codice&lt;/font&gt;" vertex="1">
          <mxGeometry height="20" width="40" x="490" y="550" as="geometry" />
        </mxCell>
        <mxCell id="YPSTUEnGd_TaNEYFvyAr-40" parent="1" style="text;html=1;whiteSpace=wrap;strokeColor=none;fillColor=none;align=center;verticalAlign=middle;rounded=0;" value="&lt;font style=&quot;font-size: 9px;&quot;&gt;difficoltà&lt;/font&gt;" vertex="1">
          <mxGeometry height="20" width="60" x="560" y="550" as="geometry" />
        </mxCell>
        <mxCell id="YPSTUEnGd_TaNEYFvyAr-42" parent="1" style="text;html=1;whiteSpace=wrap;strokeColor=none;fillColor=none;align=center;verticalAlign=middle;rounded=0;" value="&lt;font style=&quot;font-size: 9px;&quot;&gt;nome&lt;/font&gt;" vertex="1">
          <mxGeometry height="20" width="40" x="607" y="583" as="geometry" />
        </mxCell>
        <mxCell id="YPSTUEnGd_TaNEYFvyAr-44" parent="1" style="text;html=1;whiteSpace=wrap;strokeColor=none;fillColor=none;align=center;verticalAlign=middle;rounded=0;" value="&lt;font style=&quot;font-size: 9px;&quot;&gt;lunghezza km&lt;/font&gt;" vertex="1">
          <mxGeometry height="20" width="60" x="614" y="613" as="geometry" />
        </mxCell>
        <mxCell id="YPSTUEnGd_TaNEYFvyAr-47" parent="1" style="text;html=1;whiteSpace=wrap;strokeColor=none;fillColor=none;align=center;verticalAlign=middle;rounded=0;" value="&lt;font style=&quot;font-size: 9px;&quot;&gt;dislivello&amp;nbsp; positivo m&lt;/font&gt;" vertex="1">
          <mxGeometry height="30" width="106" x="604" y="629" as="geometry" />
        </mxCell>
        <mxCell id="YPSTUEnGd_TaNEYFvyAr-50" parent="1" style="text;html=1;whiteSpace=wrap;strokeColor=none;fillColor=none;align=center;verticalAlign=middle;rounded=0;" value="&lt;font style=&quot;font-size: 9px;&quot;&gt;id&lt;/font&gt;" vertex="1">
          <mxGeometry height="30" width="20" x="790" y="150" as="geometry" />
        </mxCell>
        <mxCell id="YPSTUEnGd_TaNEYFvyAr-51" parent="1" style="text;html=1;whiteSpace=wrap;strokeColor=none;fillColor=none;align=center;verticalAlign=middle;rounded=0;" value="&lt;font style=&quot;font-size: 9px;&quot;&gt;nome&lt;/font&gt;" vertex="1">
          <mxGeometry height="30" width="30" x="806" y="150" as="geometry" />
        </mxCell>
        <mxCell id="YPSTUEnGd_TaNEYFvyAr-53" parent="1" style="text;html=1;whiteSpace=wrap;strokeColor=none;fillColor=none;align=center;verticalAlign=middle;rounded=0;" value="&lt;font style=&quot;font-size: 9px;&quot;&gt;altitudine&lt;/font&gt;" vertex="1">
          <mxGeometry height="30" width="40" x="840" y="150" as="geometry" />
        </mxCell>
        <mxCell id="YPSTUEnGd_TaNEYFvyAr-57" parent="1" style="text;html=1;whiteSpace=wrap;strokeColor=none;fillColor=none;align=center;verticalAlign=middle;rounded=0;" value="&lt;font style=&quot;font-size: 9px;&quot;&gt;posti letto&lt;/font&gt;" vertex="1">
          <mxGeometry height="30" width="44" x="680" y="494" as="geometry" />
        </mxCell>
        <mxCell id="YPSTUEnGd_TaNEYFvyAr-59" parent="1" style="text;html=1;whiteSpace=wrap;strokeColor=none;fillColor=none;align=center;verticalAlign=middle;rounded=0;" value="&lt;font style=&quot;font-size: 9px;&quot;&gt;id&lt;/font&gt;" vertex="1">
          <mxGeometry height="20" width="30" x="115" y="638" as="geometry" />
        </mxCell>
-         <mxCell id="YPSTUEnGd_TaNEYFvyAr-61" parent="1" style="text;html=1;whiteSpace=wrap;strokeColor=none;fillColor=none;align=center;verticalAlign=middle;rounded=0;" value="&lt;font style=&quot;font-size: 9px;&quot;&gt;nome&lt;/font&gt;" vertex="1">
-           <mxGeometry height="10" width="30" x="136" y="643" as="geometry" />
-         </mxCell>
        <mxCell id="YPSTUEnGd_TaNEYFvyAr-63" parent="1" style="text;html=1;whiteSpace=wrap;strokeColor=none;fillColor=none;align=center;verticalAlign=middle;rounded=0;" value="&lt;font style=&quot;font-size: 9px;&quot;&gt;data programmata&lt;/font&gt;" vertex="1">
          <mxGeometry height="30" width="60" x="160" y="640" as="geometry" />
        </mxCell>
        <mxCell id="YPSTUEnGd_TaNEYFvyAr-65" parent="1" style="text;html=1;whiteSpace=wrap;strokeColor=none;fillColor=none;align=center;verticalAlign=middle;rounded=0;" value="&lt;font style=&quot;font-size: 9px;&quot;&gt;costo&lt;/font&gt;" vertex="1">
          <mxGeometry height="10" width="30" x="231" y="618" as="geometry" />
        </mxCell>
        <mxCell id="YPSTUEnGd_TaNEYFvyAr-72" parent="1" style="text;html=1;whiteSpace=wrap;strokeColor=none;fillColor=none;align=center;verticalAlign=middle;rounded=0;" value="&lt;font style=&quot;font-size: 9px;&quot;&gt;num. tappe&lt;/font&gt;" vertex="1">
          <mxGeometry height="30" width="40" x="492" y="642" as="geometry" />
        </mxCell>
        <mxCell id="y3t_Pn4YeOU9g6BC5Q36-29" edge="1" parent="1" source="YPSTUEnGd_TaNEYFvyAr-74" style="edgeStyle=orthogonalEdgeStyle;rounded=0;orthogonalLoop=1;jettySize=auto;html=1;exitX=1;exitY=0.5;exitDx=0;exitDy=0;entryX=0;entryY=0.25;entryDx=0;entryDy=0;endArrow=none;endFill=0;" target="b_x4sNb3qKZ5kGKKdVE0-44">
          <mxGeometry relative="1" as="geometry" />
        </mxCell>
        <mxCell id="y3t_Pn4YeOU9g6BC5Q36-30" connectable="0" parent="y3t_Pn4YeOU9g6BC5Q36-29" style="edgeLabel;html=1;align=center;verticalAlign=middle;resizable=0;points=[];" value="(0,N)" vertex="1">
          <mxGeometry relative="1" x="-0.0358" as="geometry">
            <mxPoint as="offset" />
          </mxGeometry>
        </mxCell>
        <mxCell id="YPSTUEnGd_TaNEYFvyAr-74" parent="1" style="rhombus;whiteSpace=wrap;html=1;" value="parte da" vertex="1">
          <mxGeometry height="40" width="80" x="410" y="190" as="geometry" />
        </mxCell>
        <mxCell id="YPSTUEnGd_TaNEYFvyAr-79" parent="1" style="rhombus;whiteSpace=wrap;html=1;" value="arriva a" vertex="1">
          <mxGeometry height="40" width="80" x="604" y="280" as="geometry" />
        </mxCell>
-         <mxCell id="TmGIuRS5Ewl7evkuvUc3-2" parent="1" style="text;html=1;whiteSpace=wrap;strokeColor=none;fillColor=none;align=center;verticalAlign=middle;rounded=0;" value="&lt;font style=&quot;font-size: 9px;&quot;&gt;scadenza iscrizione&lt;/font&gt;" vertex="1">
-           <mxGeometry height="30" width="60" x="160" y="308" as="geometry" />
+         <mxCell id="TmGIuRS5Ewl7evkuvUc3-2" parent="1" style="text;html=1;whiteSpace=wrap;strokeColor=none;fillColor=none;align=center;verticalAlign=middle;rounded=0;" value="&lt;font style=&quot;font-size: 9px;&quot;&gt;scadenza certificato medico&lt;/font&gt;" vertex="1">
+           <mxGeometry height="30" width="60" x="160" y="301" as="geometry" />
        </mxCell>
        <mxCell id="y3t_Pn4YeOU9g6BC5Q36-3" edge="1" parent="1" source="y3t_Pn4YeOU9g6BC5Q36-1" style="edgeStyle=orthogonalEdgeStyle;rounded=0;orthogonalLoop=1;jettySize=auto;html=1;exitX=0.5;exitY=0;exitDx=0;exitDy=0;entryX=0.25;entryY=1;entryDx=0;entryDy=0;endArrow=none;endFill=0;" target="b_x4sNb3qKZ5kGKKdVE0-4">
          <mxGeometry relative="1" as="geometry" />
        </mxCell>
        <mxCell id="y3t_Pn4YeOU9g6BC5Q36-6" connectable="0" parent="y3t_Pn4YeOU9g6BC5Q36-3" style="edgeLabel;html=1;align=center;verticalAlign=middle;resizable=0;points=[];" value="(0,1)" vertex="1">
          <mxGeometry relative="1" x="-0.003" y="-2" as="geometry">
            <mxPoint y="-2" as="offset" />
          </mxGeometry>
        </mxCell>
        <mxCell id="y3t_Pn4YeOU9g6BC5Q36-1" parent="1" style="rhombus;whiteSpace=wrap;html=1;" value="&lt;font&gt;ISA-G-P&lt;/font&gt;" vertex="1">
          <mxGeometry height="40" width="80" x="70" y="210" as="geometry" />
        </mxCell>
        <mxCell id="y3t_Pn4YeOU9g6BC5Q36-4" edge="1" parent="1" source="y3t_Pn4YeOU9g6BC5Q36-2" style="edgeStyle=orthogonalEdgeStyle;rounded=0;orthogonalLoop=1;jettySize=auto;html=1;exitX=0.5;exitY=0;exitDx=0;exitDy=0;entryX=0.75;entryY=1;entryDx=0;entryDy=0;endArrow=none;endFill=0;" target="b_x4sNb3qKZ5kGKKdVE0-4">
          <mxGeometry relative="1" as="geometry" />
        </mxCell>
        <mxCell id="y3t_Pn4YeOU9g6BC5Q36-5" connectable="0" parent="y3t_Pn4YeOU9g6BC5Q36-4" style="edgeLabel;html=1;align=center;verticalAlign=middle;resizable=0;points=[];" value="(0,1)" vertex="1">
          <mxGeometry relative="1" x="-0.0112" y="-2" as="geometry">
            <mxPoint y="2" as="offset" />
          </mxGeometry>
        </mxCell>
        <mxCell id="y3t_Pn4YeOU9g6BC5Q36-2" parent="1" style="rhombus;whiteSpace=wrap;html=1;" value="ISA-E-P" vertex="1">
          <mxGeometry height="40" width="80" x="190" y="210" as="geometry" />
        </mxCell>
        <mxCell id="y3t_Pn4YeOU9g6BC5Q36-9" edge="1" parent="1" style="endArrow=oval;html=1;rounded=0;endFill=1;" value="">
          <mxGeometry height="50" relative="1" width="50" as="geometry">
            <mxPoint x="210" y="350" as="sourcePoint" />
            <mxPoint x="264" y="350" as="targetPoint" />
          </mxGeometry>
        </mxCell>
        <mxCell id="y3t_Pn4YeOU9g6BC5Q36-10" edge="1" parent="1" style="endArrow=oval;html=1;rounded=0;endFill=1;" value="">
          <mxGeometry height="50" relative="1" width="50" as="geometry">
            <mxPoint x="90" y="350" as="sourcePoint" />
            <mxPoint x="144" y="350" as="targetPoint" />
          </mxGeometry>
        </mxCell>
        <mxCell id="y3t_Pn4YeOU9g6BC5Q36-19" edge="1" parent="1" source="y3t_Pn4YeOU9g6BC5Q36-13" style="edgeStyle=orthogonalEdgeStyle;rounded=0;orthogonalLoop=1;jettySize=auto;html=1;exitX=0.5;exitY=0;exitDx=0;exitDy=0;entryX=0.139;entryY=1.017;entryDx=0;entryDy=0;endArrow=none;endFill=0;entryPerimeter=0;" target="b_x4sNb3qKZ5kGKKdVE0-44">
          <mxGeometry relative="1" as="geometry">
            <Array as="points">
              <mxPoint x="720" y="303" />
              <mxPoint x="720" y="280" />
              <mxPoint x="811" y="280" />
            </Array>
          </mxGeometry>
        </mxCell>
        <mxCell id="y3t_Pn4YeOU9g6BC5Q36-22" connectable="0" parent="y3t_Pn4YeOU9g6BC5Q36-19" style="edgeLabel;html=1;align=center;verticalAlign=middle;resizable=0;points=[];" value="(0,1)" vertex="1">
          <mxGeometry relative="1" x="-0.1618" y="2" as="geometry">
            <mxPoint x="9" y="1" as="offset" />
          </mxGeometry>
        </mxCell>
        <mxCell id="y3t_Pn4YeOU9g6BC5Q36-13" parent="1" style="rhombus;whiteSpace=wrap;html=1;" value="ISA-R-T" vertex="1">
-           <mxGeometry height="40" width="80" x="680" y="303" as="geometry" />
+           <mxGeometry height="40" width="80" x="680" y="320" as="geometry" />
        </mxCell>
        <mxCell id="y3t_Pn4YeOU9g6BC5Q36-14" parent="1" style="rhombus;whiteSpace=wrap;html=1;" value="ISA-C-T" vertex="1">
          <mxGeometry height="40" width="80" x="920" y="320" as="geometry" />
        </mxCell>
        <mxCell id="y3t_Pn4YeOU9g6BC5Q36-18" edge="1" parent="1" source="y3t_Pn4YeOU9g6BC5Q36-14" style="edgeStyle=orthogonalEdgeStyle;rounded=0;orthogonalLoop=1;jettySize=auto;html=1;exitX=0.5;exitY=0;exitDx=0;exitDy=0;entryX=0.882;entryY=1.046;entryDx=0;entryDy=0;entryPerimeter=0;endArrow=none;endFill=0;" target="b_x4sNb3qKZ5kGKKdVE0-44">
          <mxGeometry relative="1" as="geometry" />
        </mxCell>
        <mxCell id="y3t_Pn4YeOU9g6BC5Q36-21" connectable="0" parent="y3t_Pn4YeOU9g6BC5Q36-18" style="edgeLabel;html=1;align=center;verticalAlign=middle;resizable=0;points=[];" value="(0,1)" vertex="1">
          <mxGeometry relative="1" x="0.0148" y="2" as="geometry">
            <mxPoint x="-4" y="-3" as="offset" />
          </mxGeometry>
        </mxCell>
        <mxCell id="y3t_Pn4YeOU9g6BC5Q36-23" edge="1" parent="1" style="endArrow=oval;html=1;rounded=0;endFill=1;" value="">
          <mxGeometry height="50" relative="1" width="50" as="geometry">
            <mxPoint x="695" y="430" as="sourcePoint" />
            <mxPoint x="745" y="430" as="targetPoint" />
          </mxGeometry>
        </mxCell>
        <mxCell id="y3t_Pn4YeOU9g6BC5Q36-25" edge="1" parent="1" style="endArrow=oval;html=1;rounded=0;endFill=1;" value="">
          <mxGeometry height="50" relative="1" width="50" as="geometry">
            <mxPoint x="935" y="430" as="sourcePoint" />
            <mxPoint x="985" y="430" as="targetPoint" />
          </mxGeometry>
        </mxCell>
        <mxCell id="W-jylE7jIWLAd8RtEP09-4" edge="1" parent="1" source="W-jylE7jIWLAd8RtEP09-3" style="edgeStyle=orthogonalEdgeStyle;rounded=0;orthogonalLoop=1;jettySize=auto;html=1;exitX=0;exitY=0.5;exitDx=0;exitDy=0;entryX=1;entryY=0.5;entryDx=0;entryDy=0;endArrow=none;endFill=0;" target="b_x4sNb3qKZ5kGKKdVE0-4">
          <mxGeometry relative="1" as="geometry" />
        </mxCell>
        <mxCell id="W-jylE7jIWLAd8RtEP09-6" connectable="0" parent="W-jylE7jIWLAd8RtEP09-4" style="edgeLabel;html=1;align=center;verticalAlign=middle;resizable=0;points=[];" value="(1,1)" vertex="1">
          <mxGeometry relative="1" x="0.0212" y="1" as="geometry">
            <mxPoint y="-2" as="offset" />
          </mxGeometry>
        </mxCell>
        <mxCell id="W-jylE7jIWLAd8RtEP09-3" parent="1" style="rhombus;whiteSpace=wrap;html=1;" value="gestione" vertex="1">
          <mxGeometry height="40" width="80" x="570" y="90" as="geometry" />
        </mxCell>
        <mxCell id="W-jylE7jIWLAd8RtEP09-10" parent="1" style="text;html=1;whiteSpace=wrap;strokeColor=none;fillColor=none;align=center;verticalAlign=middle;rounded=0;" value="&lt;font style=&quot;font-size: 9px;&quot;&gt;posti disponibili&lt;/font&gt;" vertex="1">
          <mxGeometry height="30" width="60" x="50" y="590" as="geometry" />
        </mxCell>
        <mxCell id="W-jylE7jIWLAd8RtEP09-11" edge="1" parent="1" style="endArrow=none;html=1;rounded=0;entryX=0.693;entryY=0.981;entryDx=0;entryDy=0;entryPerimeter=0;endFill=0;startArrow=oval;startFill=0;" target="b_x4sNb3qKZ5kGKKdVE0-35" value="">
          <mxGeometry height="50" relative="1" width="50" as="geometry">
            <Array as="points">
              <mxPoint x="565" y="670" />
            </Array>
            <mxPoint x="600" y="670" as="sourcePoint" />
            <mxPoint x="620" y="510" as="targetPoint" />
          </mxGeometry>
        </mxCell>
        <mxCell id="W-jylE7jIWLAd8RtEP09-12" parent="1" style="text;html=1;whiteSpace=wrap;strokeColor=none;fillColor=none;align=center;verticalAlign=middle;rounded=0;" value="&lt;font style=&quot;font-size: 9px;&quot;&gt;tempo precorrenza min&lt;/font&gt;" vertex="1">
          <mxGeometry height="30" width="110" x="596" y="653" as="geometry" />
        </mxCell>
        <mxCell id="W-jylE7jIWLAd8RtEP09-15" parent="1" style="text;html=1;whiteSpace=wrap;strokeColor=none;fillColor=none;align=center;verticalAlign=middle;rounded=0;" value="&lt;font style=&quot;font-size: 9px;&quot;&gt;provincia&lt;/font&gt;" vertex="1">
          <mxGeometry height="30" width="60" x="905" y="192" as="geometry" />
        </mxCell>
        <mxCell id="W-jylE7jIWLAd8RtEP09-16" parent="1" style="text;html=1;whiteSpace=wrap;strokeColor=none;fillColor=none;align=center;verticalAlign=middle;rounded=0;" value="&lt;font style=&quot;font-size: 9px;&quot;&gt;copertura rete mobile&lt;/font&gt;" vertex="1">
          <mxGeometry height="30" width="100" x="908" y="213" as="geometry" />
        </mxCell>
        <mxCell id="W-jylE7jIWLAd8RtEP09-18" parent="1" style="text;html=1;whiteSpace=wrap;strokeColor=none;fillColor=none;align=center;verticalAlign=middle;rounded=0;" value="&lt;span style=&quot;font-size: 9px;&quot;&gt;proprietà&lt;/span&gt;" vertex="1">
          <mxGeometry height="30" width="60" x="714" y="494" as="geometry" />
        </mxCell>
        <mxCell id="EHyRH5R8uSn08PQfZAEy-2" parent="1" style="text;html=1;whiteSpace=wrap;strokeColor=none;fillColor=none;align=center;verticalAlign=middle;rounded=0;" value="&lt;font style=&quot;font-size: 9px;&quot;&gt;area_km&lt;sup style=&quot;&quot;&gt;2&lt;/sup&gt;&lt;/font&gt;" vertex="1">
          <mxGeometry height="30" width="60" x="562" y="822" as="geometry" />
        </mxCell>
+         <mxCell id="EHyRH5R8uSn08PQfZAEy-4" parent="1" style="text;html=1;whiteSpace=wrap;strokeColor=none;fillColor=none;align=center;verticalAlign=middle;rounded=0;" value="&lt;font style=&quot;font-size: 9px;&quot;&gt;libro di vetta&lt;/font&gt;" vertex="1">
+           <mxGeometry height="30" width="60" x="908" y="494" as="geometry" />
+         </mxCell>
      </root>
    </mxGraphModel>
  </diagram>
</mxfile>
